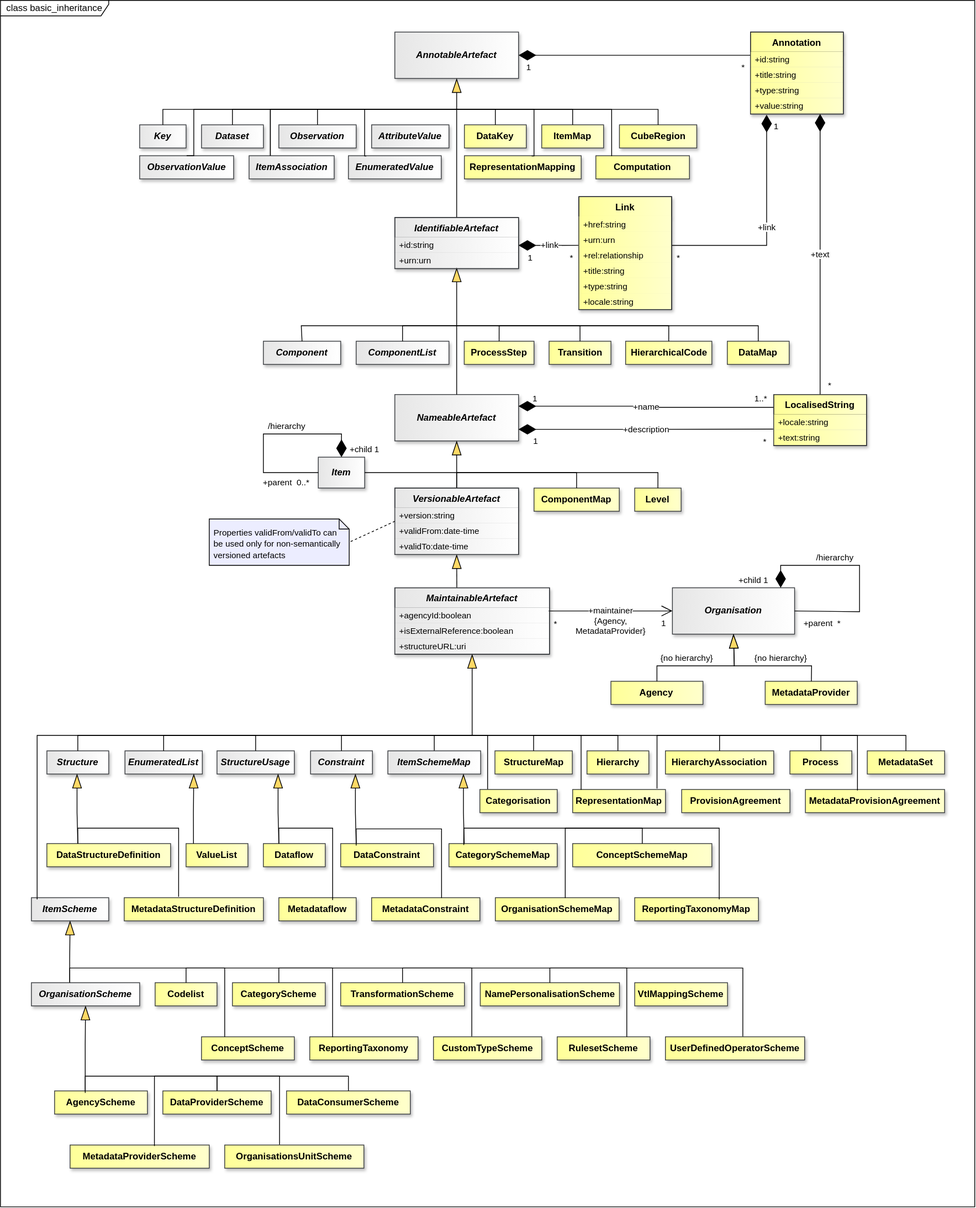
Earlier version of the draw.io export docs/information_model/media/sdmx_base-basic_inheritance.svg (sdmx-twg/sdmx-im). Source tidied: cells renumbered, new cells last; positions are measured from the earlier drawing's top-left corner, leaving out a move shared by most shapes.
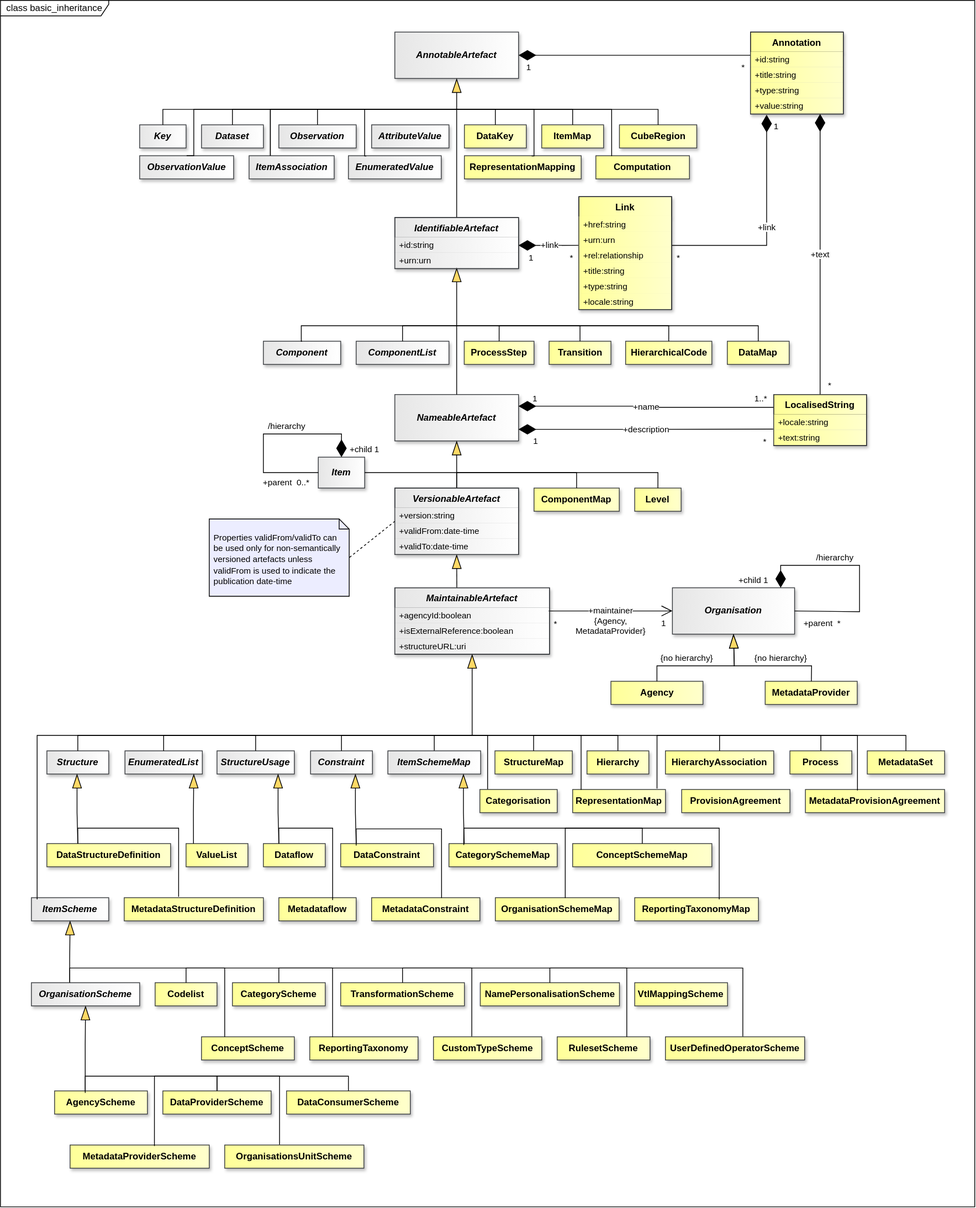
The same file after the commit.

What changed in the source:
```diff
@@ -828,10 +828,10 @@
       <mxGeometry x="510" y="760" width="200" height="86" as="geometry" />
     </mxCell>
     <mxCell id="186" style="shape=note2;size=13;html=1;fillColor=light-dark(#ECEDFF,#ECEDFF);shadow=0;fontColor=light-dark(#000000,#000000);strokeColor=light-dark(#000000,#000000);verticalAlign=top;" parent="1" vertex="1">
-      <mxGeometry x="270" y="671" width="181" height="60" as="geometry" />
+      <mxGeometry x="270" y="671" width="181" height="100" as="geometry" />
     </mxCell>
-    <mxCell id="187" value="&lt;div&gt;&lt;font&gt;&lt;span style=&quot;font-size: 11px;&quot;&gt;Properties&amp;nbsp;&lt;/span&gt;&lt;/font&gt;&lt;span style=&quot;background-color: transparent; font-size: 11px;&quot;&gt;validFrom/validTo can be used only for non-semantically versioned artefacts&lt;/span&gt;&lt;/div&gt;" style="text;html=1;strokeColor=none;fillColor=none;align=left;verticalAlign=middle;spacingLeft=4;spacingRight=4;overflow=hidden;points=[[0,0.5],[1,0.5]];portConstraint=eastwest;whiteSpace=wrap;labelBorderColor=none;spacingTop=8;fontColor=light-dark(#000000,#000000);spacingBottom=4;" parent="186" vertex="1">
-      <mxGeometry width="181" height="60" as="geometry" />
+    <mxCell id="187" value="&lt;div&gt;&lt;font&gt;&lt;span style=&quot;font-size: 11px;&quot;&gt;Properties&amp;nbsp;&lt;/span&gt;&lt;/font&gt;&lt;span style=&quot;background-color: transparent; font-size: 11px;&quot;&gt;validFrom/validTo can be used only for non-semantically versioned artefacts&lt;/span&gt;&lt;span style=&quot;background-color: transparent; font-size: 11px;&quot;&gt; unless validFrom is used to indicate the publication date-time&lt;/span&gt;&lt;/div&gt;" style="text;html=1;strokeColor=none;fillColor=none;align=left;verticalAlign=middle;spacingLeft=4;spacingRight=4;overflow=hidden;points=[[0,0.5],[1,0.5]];portConstraint=eastwest;whiteSpace=wrap;labelBorderColor=none;spacingTop=8;fontColor=light-dark(#000000,#000000);spacingBottom=4;" parent="186" vertex="1">
+      <mxGeometry width="181" height="100" as="geometry" />
     </mxCell>
     <mxCell id="188" style="edgeStyle=none;curved=1;rounded=0;jettySize=auto;html=1;fontSize=12;startSize=8;endSize=8;entryX=1;entryY=0.5;entryDx=0;entryDy=0;endArrow=none;endFill=0;dashed=1;exitX=0;exitY=0.5;exitDx=0;exitDy=0;" parent="1" edge="1" source="184" target="187">
       <mxGeometry x="0.51" y="6.67" relative="1" as="geometry" />
```
